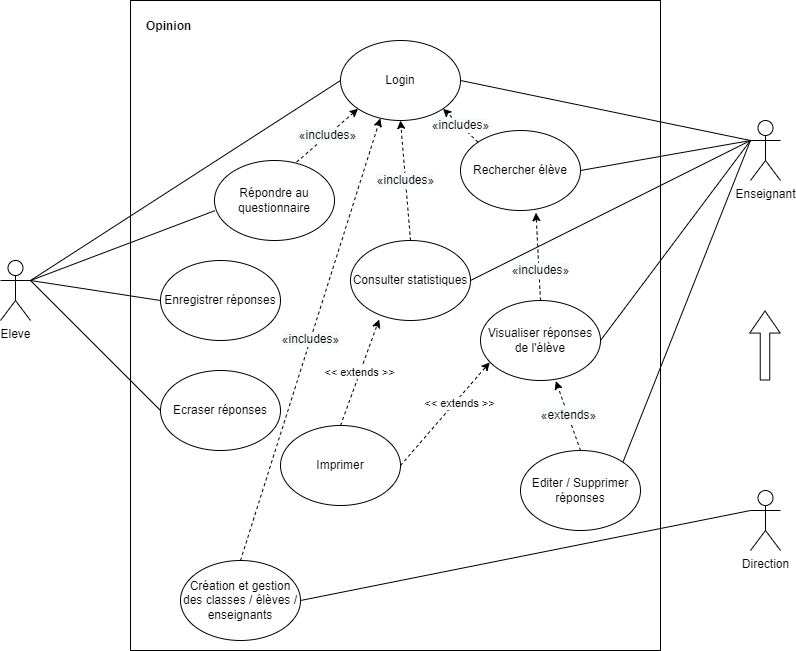
Before: Diagrammes/UseCase.drawio.png, a diagram exported from draw.io (Devetik/Diagrammes). Source tidied: cells renumbered, new cells last; positions are measured from the earlier drawing's top-left corner, leaving out a move shared by most shapes. Its diagram source:
```xml
<mxGraphModel>
  <root>
    <mxCell id="0" />
    <mxCell id="1" parent="0" />
    <mxCell id="2" style="rounded=0;whiteSpace=wrap;html=1;fillColor=none;" parent="1" vertex="1">
      <mxGeometry x="130" width="530" height="650" as="geometry" />
    </mxCell>
    <mxCell id="3" style="rounded=0;jettySize=auto;html=1;exitX=1;exitY=0.3333333333333333;exitDx=0;exitDy=0;exitPerimeter=0;entryX=0;entryY=0.5;entryDx=0;entryDy=0;endArrow=none;endFill=0;" parent="1" edge="1" source="7" target="16">
      <mxGeometry relative="1" as="geometry" />
    </mxCell>
    <mxCell id="4" style="edgeStyle=none;rounded=0;jettySize=auto;html=1;exitX=1;exitY=0.3333333333333333;exitDx=0;exitDy=0;exitPerimeter=0;entryX=0.004;entryY=0.627;entryDx=0;entryDy=0;endArrow=none;endFill=0;entryPerimeter=0;" parent="1" edge="1" source="7" target="15">
      <mxGeometry relative="1" as="geometry" />
    </mxCell>
    <mxCell id="5" style="edgeStyle=none;rounded=0;jettySize=auto;html=1;exitX=1;exitY=0.3333333333333333;exitDx=0;exitDy=0;exitPerimeter=0;entryX=0;entryY=0.5;entryDx=0;entryDy=0;endArrow=none;endFill=0;" parent="1" edge="1" source="7" target="17">
      <mxGeometry relative="1" as="geometry" />
    </mxCell>
    <mxCell id="6" style="edgeStyle=none;rounded=0;jettySize=auto;html=1;exitX=1;exitY=0.3333333333333333;exitDx=0;exitDy=0;exitPerimeter=0;entryX=0;entryY=0.5;entryDx=0;entryDy=0;endArrow=none;endFill=0;" parent="1" edge="1" source="7" target="20">
      <mxGeometry relative="1" as="geometry" />
    </mxCell>
    <mxCell id="7" value="Eleve" style="shape=umlActor;verticalLabelPosition=bottom;verticalAlign=top;html=1;outlineConnect=0;" parent="1" vertex="1">
      <mxGeometry y="260" width="30" height="60" as="geometry" />
    </mxCell>
    <mxCell id="8" style="edgeStyle=none;rounded=0;jettySize=auto;html=1;exitX=0;exitY=0.3333333333333333;exitDx=0;exitDy=0;exitPerimeter=0;entryX=1;entryY=0.5;entryDx=0;entryDy=0;endArrow=none;endFill=0;" parent="1" edge="1" source="11" target="19">
      <mxGeometry relative="1" as="geometry" />
    </mxCell>
    <mxCell id="9" style="edgeStyle=none;rounded=0;jettySize=auto;html=1;exitX=0;exitY=0.3333333333333333;exitDx=0;exitDy=0;exitPerimeter=0;entryX=1;entryY=0;entryDx=0;entryDy=0;endArrow=none;endFill=0;" parent="1" edge="1" source="11" target="22">
      <mxGeometry relative="1" as="geometry" />
    </mxCell>
    <mxCell id="10" style="edgeStyle=none;rounded=0;jettySize=auto;html=1;exitX=0;exitY=0.3333333333333333;exitDx=0;exitDy=0;exitPerimeter=0;endArrow=none;endFill=0;entryX=1;entryY=0.5;entryDx=0;entryDy=0;" parent="1" edge="1" source="11" target="16">
      <mxGeometry relative="1" as="geometry" />
    </mxCell>
    <mxCell id="11" value="Enseignant" style="shape=umlActor;verticalLabelPosition=bottom;verticalAlign=top;html=1;outlineConnect=0;" parent="1" vertex="1">
      <mxGeometry x="750" y="120" width="30" height="60" as="geometry" />
    </mxCell>
    <mxCell id="12" style="edgeStyle=none;rounded=0;jettySize=auto;html=1;exitX=0;exitY=0.3333333333333333;exitDx=0;exitDy=0;exitPerimeter=0;entryX=1;entryY=0.5;entryDx=0;entryDy=0;endArrow=none;endFill=0;" parent="1" edge="1" source="13" target="24">
      <mxGeometry relative="1" as="geometry" />
    </mxCell>
    <mxCell id="13" value="Direction" style="shape=umlActor;verticalLabelPosition=bottom;verticalAlign=top;html=1;outlineConnect=0;" parent="1" vertex="1">
      <mxGeometry x="750" y="490" width="30" height="60" as="geometry" />
    </mxCell>
    <mxCell id="14" value="&lt;span style=&quot;font-size: 12px; background-color: rgb(248, 249, 250);&quot;&gt;«includes»&lt;/span&gt;" style="edgeStyle=none;rounded=0;jettySize=auto;html=1;exitX=0.684;exitY=0.02;exitDx=0;exitDy=0;entryX=0;entryY=1;entryDx=0;entryDy=0;dashed=1;endArrow=classic;endFill=1;exitPerimeter=0;" parent="1" edge="1" source="15" target="16">
      <mxGeometry relative="1" as="geometry" />
    </mxCell>
    <mxCell id="15" value="Répondre au questionnaire" style="ellipse;whiteSpace=wrap;html=1;fillColor=none;" parent="1" vertex="1">
      <mxGeometry x="214" y="160" width="120" height="80" as="geometry" />
    </mxCell>
    <mxCell id="16" value="Login" style="ellipse;whiteSpace=wrap;html=1;fillColor=none;" parent="1" vertex="1">
      <mxGeometry x="340" y="40" width="120" height="80" as="geometry" />
    </mxCell>
    <mxCell id="17" value="Enregistrer réponses" style="ellipse;whiteSpace=wrap;html=1;fillColor=none;" parent="1" vertex="1">
      <mxGeometry x="160" y="260" width="120" height="80" as="geometry" />
    </mxCell>
    <mxCell id="18" value="&lt;span style=&quot;font-size: 12px; background-color: rgb(248, 249, 250);&quot;&gt;«includes»&lt;/span&gt;" style="edgeStyle=none;rounded=0;jettySize=auto;html=1;exitX=0.5;exitY=0;exitDx=0;exitDy=0;entryX=0.629;entryY=1.028;entryDx=0;entryDy=0;entryPerimeter=0;dashed=1;endArrow=classic;endFill=1;" parent="1" edge="1" source="19" target="35">
      <mxGeometry x="-0.32" y="-2" relative="1" as="geometry" />
    </mxCell>
    <mxCell id="19" value="Visualiser réponses de l'élève" style="ellipse;whiteSpace=wrap;html=1;fillColor=none;" parent="1" vertex="1">
      <mxGeometry x="480" y="300" width="120" height="80" as="geometry" />
    </mxCell>
    <mxCell id="20" value="Ecraser réponses" style="ellipse;whiteSpace=wrap;html=1;fillColor=none;" parent="1" vertex="1">
      <mxGeometry x="160" y="370" width="120" height="80" as="geometry" />
    </mxCell>
    <mxCell id="21" value="&lt;span style=&quot;font-size: 12px; background-color: rgb(248, 249, 250);&quot;&gt;«extends»&lt;/span&gt;" style="edgeStyle=none;rounded=0;jettySize=auto;html=1;exitX=0.5;exitY=0;exitDx=0;exitDy=0;entryX=0.628;entryY=1.007;entryDx=0;entryDy=0;dashed=1;endArrow=classic;endFill=1;entryPerimeter=0;" parent="1" edge="1" source="22" target="19">
      <mxGeometry relative="1" as="geometry" />
    </mxCell>
    <mxCell id="22" value="Editer / Supprimer réponses" style="ellipse;whiteSpace=wrap;html=1;fillColor=none;" parent="1" vertex="1">
      <mxGeometry x="520" y="450" width="120" height="80" as="geometry" />
    </mxCell>
    <mxCell id="23" value="&lt;span style=&quot;font-size: 12px; background-color: rgb(248, 249, 250);&quot;&gt;«includes»&lt;/span&gt;" style="edgeStyle=none;rounded=0;jettySize=auto;html=1;exitX=0.5;exitY=0;exitDx=0;exitDy=0;entryX=0.332;entryY=0.973;entryDx=0;entryDy=0;entryPerimeter=0;dashed=1;endArrow=classic;endFill=1;" parent="1" edge="1" source="24" target="16">
      <mxGeometry relative="1" as="geometry" />
    </mxCell>
    <mxCell id="24" value="Création et gestion des classes / élèves / enseignants" style="ellipse;whiteSpace=wrap;html=1;fillColor=none;" parent="1" vertex="1">
      <mxGeometry x="180" y="560" width="120" height="80" as="geometry" />
    </mxCell>
    <mxCell id="25" style="shape=flexArrow;endArrow=classic;html=1;rounded=0;width=9.523809523809524;endSize=7.023809523809524;" parent="1" edge="1">
      <mxGeometry relative="1" as="geometry">
        <mxPoint x="764.5" y="380" as="sourcePoint" />
        <mxPoint x="764.5" y="310" as="targetPoint" />
      </mxGeometry>
    </mxCell>
    <mxCell id="26" value="Opinion" style="text;strokeColor=none;fillColor=none;align=left;verticalAlign=middle;spacingLeft=4;spacingRight=4;overflow=hidden;fontStyle=1;" parent="1" vertex="1">
      <mxGeometry x="140" y="10" width="80" height="30" as="geometry" />
    </mxCell>
    <mxCell id="27" value="&amp;lt;&amp;lt; extends &amp;gt;&amp;gt;" style="edgeStyle=none;rounded=0;jettySize=auto;html=1;exitX=0.5;exitY=0;exitDx=0;exitDy=0;entryX=0.239;entryY=0.987;entryDx=0;entryDy=0;endArrow=classic;endFill=1;dashed=1;entryPerimeter=0;" parent="1" edge="1" source="29" target="32">
      <mxGeometry relative="1" as="geometry" />
    </mxCell>
    <mxCell id="28" value="&amp;lt;&amp;lt; extends &amp;gt;&amp;gt;" style="edgeStyle=none;rounded=0;jettySize=auto;html=1;exitX=1;exitY=0.5;exitDx=0;exitDy=0;entryX=0.077;entryY=0.773;entryDx=0;entryDy=0;dashed=1;endArrow=classic;endFill=1;entryPerimeter=0;" parent="1" edge="1" source="29" target="19">
      <mxGeometry x="0.25" y="-4" relative="1" as="geometry" />
    </mxCell>
    <mxCell id="29" value="Imprimer" style="ellipse;whiteSpace=wrap;html=1;fillColor=none;" parent="1" vertex="1">
      <mxGeometry x="280" y="425" width="120" height="80" as="geometry" />
    </mxCell>
    <mxCell id="30" style="edgeStyle=none;rounded=0;jettySize=auto;html=1;exitX=1;exitY=0.5;exitDx=0;exitDy=0;endArrow=none;endFill=0;entryX=0;entryY=0.3333333333333333;entryDx=0;entryDy=0;entryPerimeter=0;" parent="1" edge="1" source="32" target="11">
      <mxGeometry relative="1" as="geometry" />
    </mxCell>
    <mxCell id="31" value="&lt;span style=&quot;font-size: 12px; background-color: rgb(248, 249, 250);&quot;&gt;«includes»&lt;/span&gt;" style="edgeStyle=none;rounded=0;jettySize=auto;html=1;exitX=0.5;exitY=0;exitDx=0;exitDy=0;entryX=0.5;entryY=1;entryDx=0;entryDy=0;dashed=1;endArrow=classic;endFill=1;" parent="1" edge="1" source="32" target="16">
      <mxGeometry relative="1" as="geometry" />
    </mxCell>
    <mxCell id="32" value="Consulter statistiques" style="ellipse;whiteSpace=wrap;html=1;fillColor=none;" parent="1" vertex="1">
      <mxGeometry x="350" y="240" width="120" height="80" as="geometry" />
    </mxCell>
    <mxCell id="33" style="rounded=0;jettySize=auto;html=1;exitX=1;exitY=0.5;exitDx=0;exitDy=0;endArrow=none;endFill=0;entryX=0;entryY=0.3333333333333333;entryDx=0;entryDy=0;entryPerimeter=0;" parent="1" edge="1" source="35" target="11">
      <mxGeometry relative="1" as="geometry" />
    </mxCell>
    <mxCell id="34" value="&lt;span style=&quot;font-size: 12px; background-color: rgb(248, 249, 250);&quot;&gt;«includes»&lt;/span&gt;" style="edgeStyle=none;rounded=0;jettySize=auto;html=1;exitX=0;exitY=0;exitDx=0;exitDy=0;entryX=1;entryY=1;entryDx=0;entryDy=0;dashed=1;endArrow=classic;endFill=1;" parent="1" edge="1" source="35" target="16">
      <mxGeometry relative="1" as="geometry" />
    </mxCell>
    <mxCell id="35" value="Rechercher élève" style="ellipse;whiteSpace=wrap;html=1;fillColor=none;" parent="1" vertex="1">
      <mxGeometry x="460" y="130" width="120" height="80" as="geometry" />
    </mxCell>
  </root>
</mxGraphModel>
```
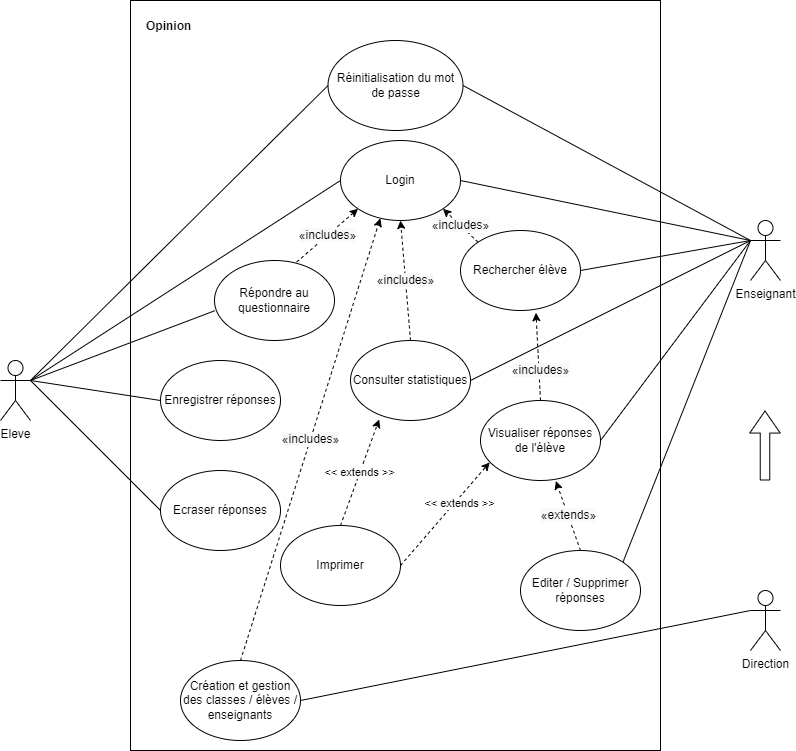
After the change.

Diff of the diagram source:
```diff
@@ -3,7 +3,7 @@
     <mxCell id="0" />
     <mxCell id="1" parent="0" />
     <mxCell id="2" style="rounded=0;whiteSpace=wrap;html=1;fillColor=none;" parent="1" vertex="1">
-      <mxGeometry x="130" width="530" height="650" as="geometry" />
+      <mxGeometry x="130" y="-100" width="530" height="750" as="geometry" />
     </mxCell>
     <mxCell id="3" style="rounded=0;jettySize=auto;html=1;exitX=1;exitY=0.3333333333333333;exitDx=0;exitDy=0;exitPerimeter=0;entryX=0;entryY=0.5;entryDx=0;entryDy=0;endArrow=none;endFill=0;" parent="1" edge="1" source="7" target="16">
       <mxGeometry relative="1" as="geometry" />
@@ -17,6 +17,9 @@
     <mxCell id="6" style="edgeStyle=none;rounded=0;jettySize=auto;html=1;exitX=1;exitY=0.3333333333333333;exitDx=0;exitDy=0;exitPerimeter=0;entryX=0;entryY=0.5;entryDx=0;entryDy=0;endArrow=none;endFill=0;" parent="1" edge="1" source="7" target="20">
       <mxGeometry relative="1" as="geometry" />
     </mxCell>
+    <mxCell id="36" style="edgeStyle=none;rounded=0;jettySize=auto;html=1;exitX=1;exitY=0.3333333333333333;exitDx=0;exitDy=0;exitPerimeter=0;entryX=0;entryY=0.5;entryDx=0;entryDy=0;endArrow=none;endFill=0;" parent="1" edge="1" source="7" target="38">
+      <mxGeometry relative="1" as="geometry" />
+    </mxCell>
     <mxCell id="7" value="Eleve" style="shape=umlActor;verticalLabelPosition=bottom;verticalAlign=top;html=1;outlineConnect=0;" parent="1" vertex="1">
       <mxGeometry y="260" width="30" height="60" as="geometry" />
     </mxCell>
@@ -29,6 +32,9 @@
     <mxCell id="10" style="edgeStyle=none;rounded=0;jettySize=auto;html=1;exitX=0;exitY=0.3333333333333333;exitDx=0;exitDy=0;exitPerimeter=0;endArrow=none;endFill=0;entryX=1;entryY=0.5;entryDx=0;entryDy=0;" parent="1" edge="1" source="11" target="16">
       <mxGeometry relative="1" as="geometry" />
     </mxCell>
+    <mxCell id="37" style="edgeStyle=none;rounded=0;jettySize=auto;html=1;exitX=0;exitY=0.3333333333333333;exitDx=0;exitDy=0;exitPerimeter=0;entryX=1;entryY=0.5;entryDx=0;entryDy=0;endArrow=none;endFill=0;" parent="1" edge="1" source="11" target="38">
+      <mxGeometry relative="1" as="geometry" />
+    </mxCell>
     <mxCell id="11" value="Enseignant" style="shape=umlActor;verticalLabelPosition=bottom;verticalAlign=top;html=1;outlineConnect=0;" parent="1" vertex="1">
       <mxGeometry x="750" y="120" width="30" height="60" as="geometry" />
     </mxCell>
@@ -78,7 +84,7 @@
       </mxGeometry>
     </mxCell>
     <mxCell id="26" value="Opinion" style="text;strokeColor=none;fillColor=none;align=left;verticalAlign=middle;spacingLeft=4;spacingRight=4;overflow=hidden;fontStyle=1;" parent="1" vertex="1">
-      <mxGeometry x="140" y="10" width="80" height="30" as="geometry" />
+      <mxGeometry x="140" y="-90" width="80" height="30" as="geometry" />
     </mxCell>
     <mxCell id="27" value="&amp;lt;&amp;lt; extends &amp;gt;&amp;gt;" style="edgeStyle=none;rounded=0;jettySize=auto;html=1;exitX=0.5;exitY=0;exitDx=0;exitDy=0;entryX=0.239;entryY=0.987;entryDx=0;entryDy=0;endArrow=classic;endFill=1;dashed=1;entryPerimeter=0;" parent="1" edge="1" source="29" target="32">
       <mxGeometry relative="1" as="geometry" />
@@ -107,5 +113,8 @@
     <mxCell id="35" value="Rechercher élève" style="ellipse;whiteSpace=wrap;html=1;fillColor=none;" parent="1" vertex="1">
       <mxGeometry x="460" y="130" width="120" height="80" as="geometry" />
     </mxCell>
+    <mxCell id="38" value="Réinitialisation du mot de passe" style="ellipse;whiteSpace=wrap;html=1;fillColor=none;" parent="1" vertex="1">
+      <mxGeometry x="327.5" y="-60" width="135" height="90" as="geometry" />
+    </mxCell>
   </root>
 </mxGraphModel>
```
